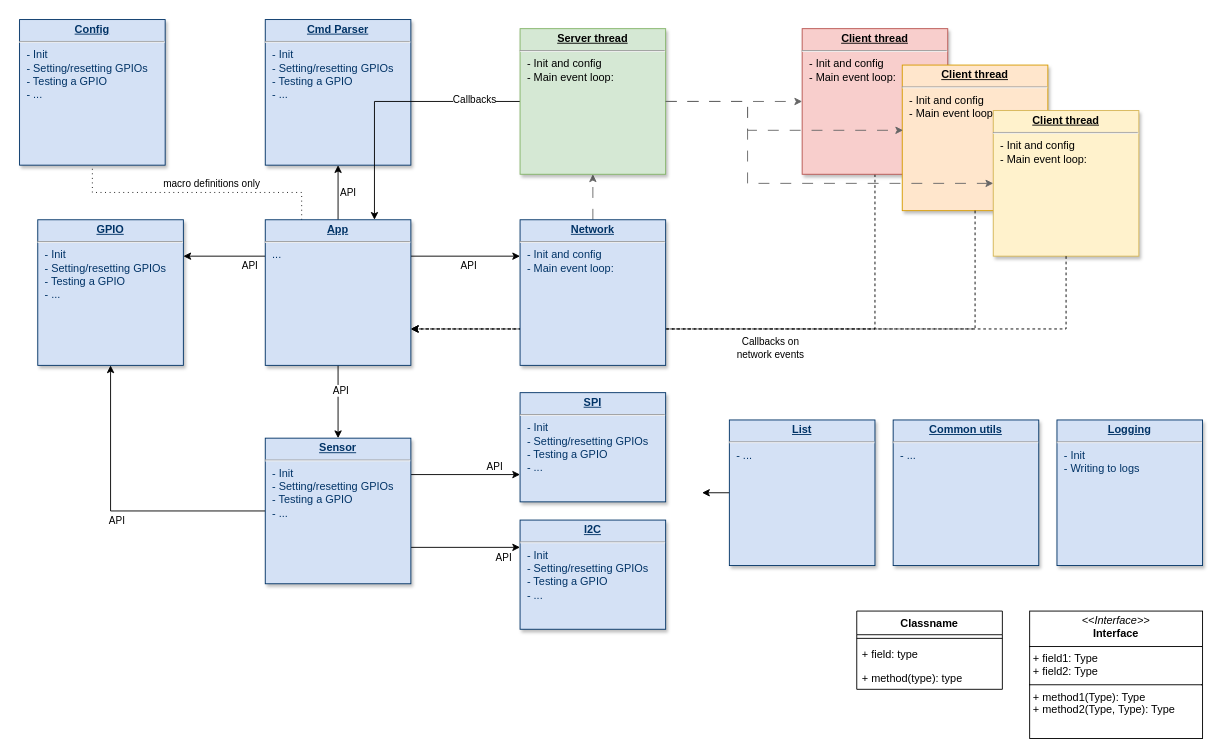
Before: docs/architecture.drawio in karol-design/PiHub, a draw.io diagram. Source tidied: cells renumbered, new cells numbered last; positions are measured from the earlier drawing's top-left corner, leaving out a move shared by most shapes. Both pictures are drawn from the tidied source at 91%, with x=0, y=0 at pixel (19, 19).
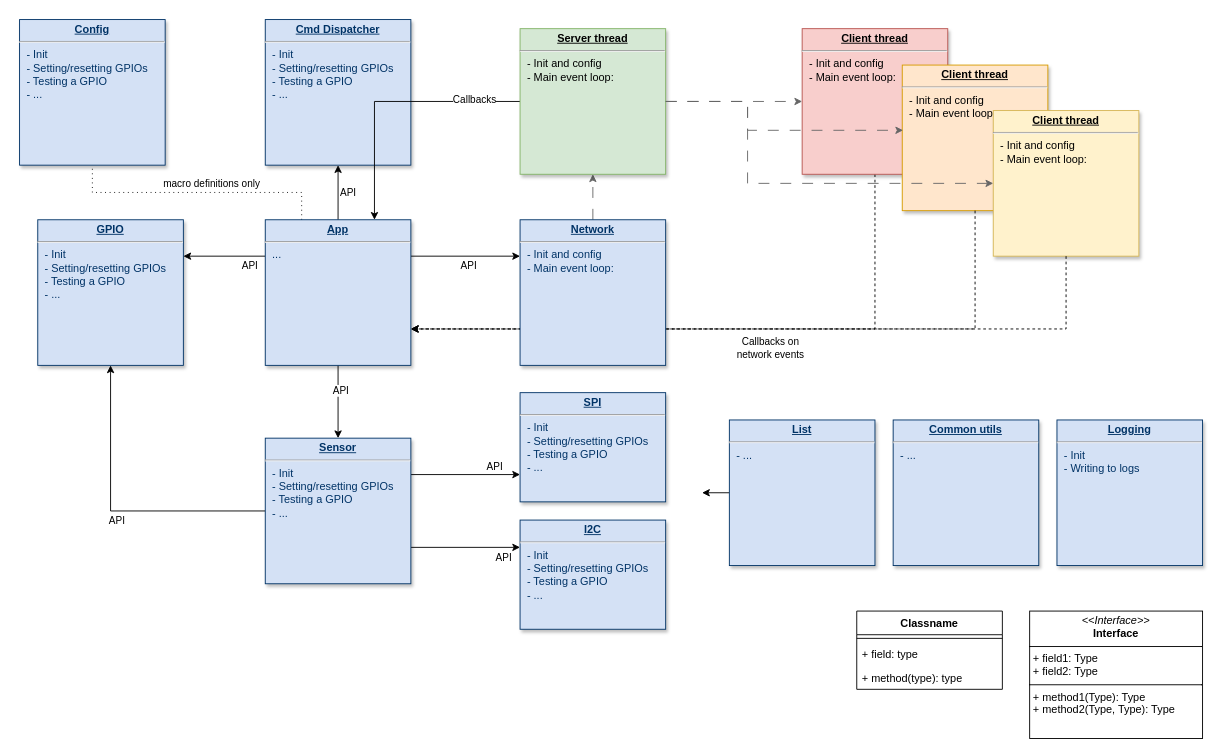
The same page after the edit.

Change to the diagram source:
```diff
@@
-    <mxCell id="27" value="&lt;p style=&quot;margin: 0px; margin-top: 4px; text-align: center; text-decoration: underline;&quot;&gt;&lt;strong&gt;Cmd Parser&lt;/strong&gt;&lt;/p&gt;&lt;hr&gt;&lt;p style=&quot;margin: 0px; margin-left: 8px;&quot;&gt;- Init&lt;/p&gt;&lt;p style=&quot;margin: 0px; margin-left: 8px;&quot;&gt;- Setting/resetting GPIOs&lt;/p&gt;&lt;p style=&quot;margin: 0px; margin-left: 8px;&quot;&gt;- Testing a GPIO&lt;/p&gt;&lt;p style=&quot;margin: 0px; margin-left: 8px;&quot;&gt;- ...&lt;/p&gt;" style="verticalAlign=top;align=left;overflow=fill;fontSize=12;fontFamily=Helvetica;html=1;strokeColor=#003366;shadow=1;fillColor=#D4E1F5;fontColor=#003366;" parent="1" vertex="1">
+    <mxCell id="27" value="&lt;p style=&quot;margin: 0px; margin-top: 4px; text-align: center; text-decoration: underline;&quot;&gt;&lt;strong&gt;Cmd Dispatcher&lt;/strong&gt;&lt;/p&gt;&lt;hr&gt;&lt;p style=&quot;margin: 0px; margin-left: 8px;&quot;&gt;- Init&lt;/p&gt;&lt;p style=&quot;margin: 0px; margin-left: 8px;&quot;&gt;- Setting/resetting GPIOs&lt;/p&gt;&lt;p style=&quot;margin: 0px; margin-left: 8px;&quot;&gt;- Testing a GPIO&lt;/p&gt;&lt;p style=&quot;margin: 0px; margin-left: 8px;&quot;&gt;- ...&lt;/p&gt;" style="verticalAlign=top;align=left;overflow=fill;fontSize=12;fontFamily=Helvetica;html=1;strokeColor=#003366;shadow=1;fillColor=#D4E1F5;fontColor=#003366;" parent="1" vertex="1">
       <mxGeometry x="270" width="160" height="160" as="geometry" />
     </mxCell>
```
